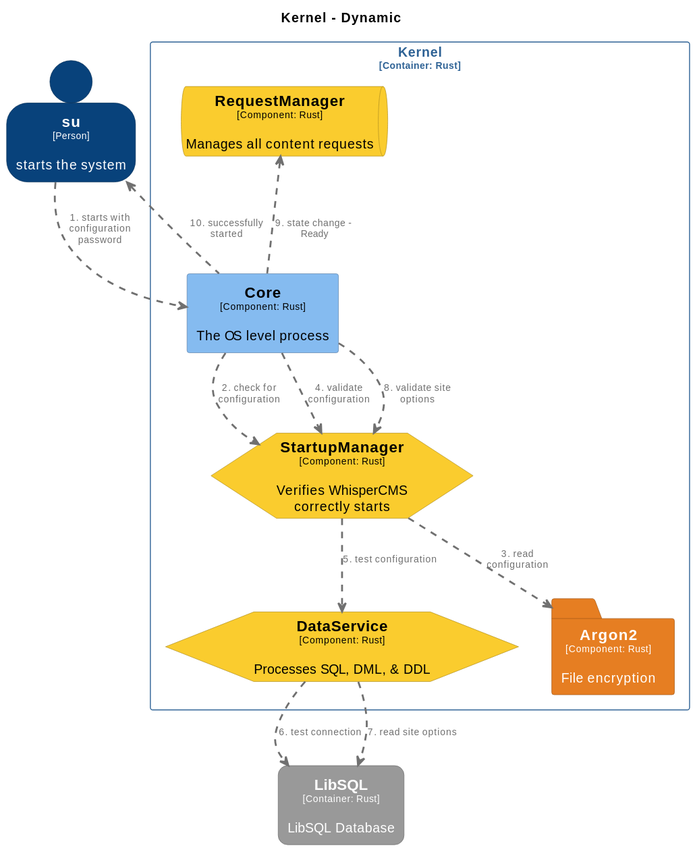
CoderByBlood/whisper-cms keeps this PlantUML diagram as docs/diagrams/structurizr-WhisperCMS-Startup-Sequence.svg. Above is the earlier version.
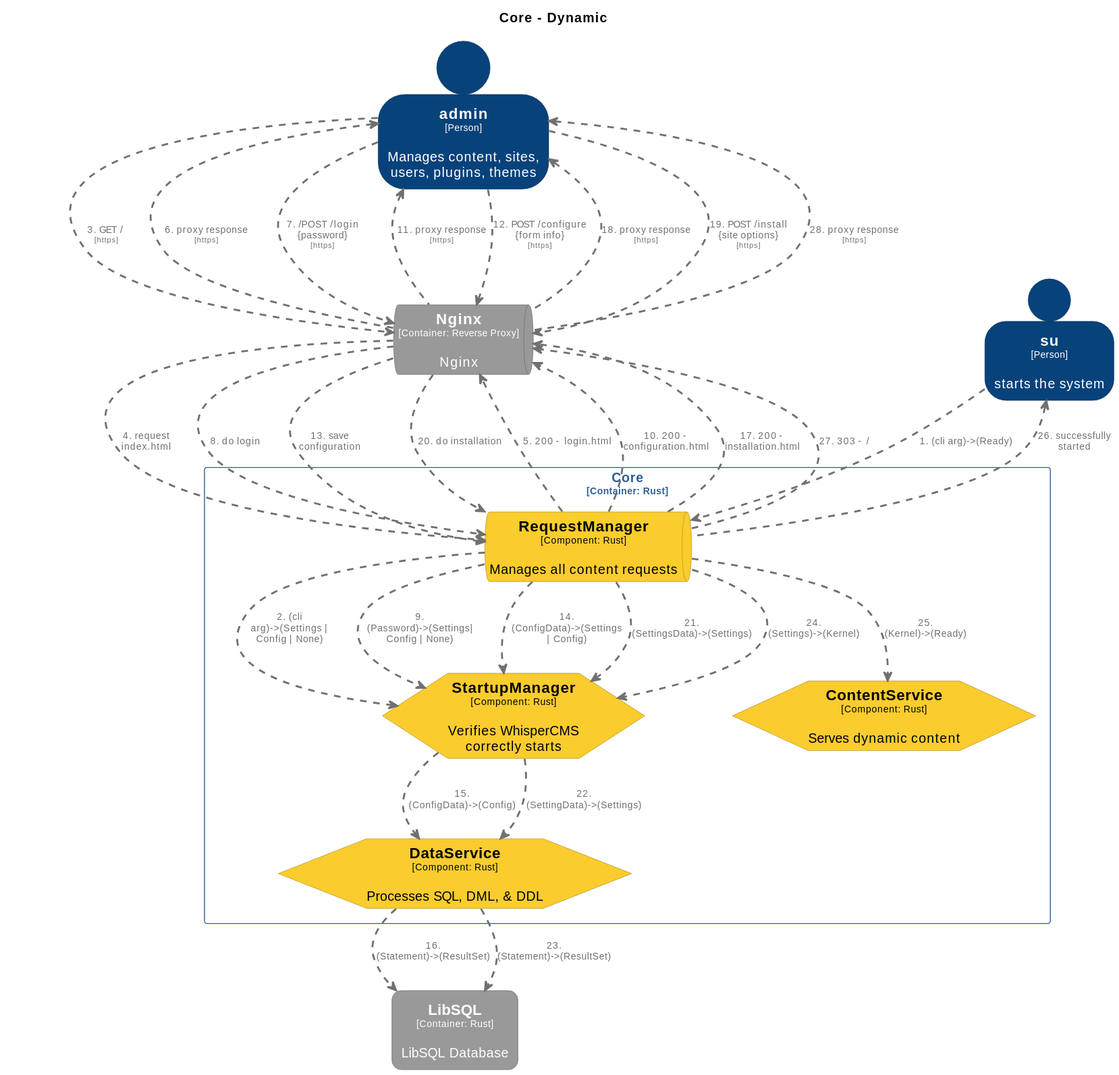
After the change.

What changed in the source:
```diff
@@ -1,6 +1,6 @@
 @startuml
 set separator none
-title Kernel - Dynamic
+title Core - Dynamic
 
 top to bottom direction
 
@@ -13,19 +13,13 @@
 
 hide stereotype
 
-skinparam folder<<WhisperCMS.Kernel.Argon2>> {
-  BackgroundColor #e67e22
-  FontColor #ffffff
-  BorderColor #a15817
+skinparam hexagon<<WhisperCMS.Core.ContentService>> {
+  BackgroundColor #facc2e
+  FontColor #000000
+  BorderColor #af8e20
   shadowing false
 }
-skinparam rectangle<<WhisperCMS.Kernel.Core>> {
-  BackgroundColor #85bbf0
-  FontColor #000000
-  BorderColor #5d82a8
-  shadowing false
-}
-skinparam hexagon<<WhisperCMS.Kernel.DataService>> {
+skinparam hexagon<<WhisperCMS.Core.DataService>> {
   BackgroundColor #facc2e
   FontColor #000000
   BorderColor #af8e20
@@ -38,16 +32,28 @@
   roundCorner 20
   shadowing false
 }
-skinparam queue<<WhisperCMS.Kernel.RequestManager>> {
+skinparam queue<<WhisperCMS.Nginx>> {
+  BackgroundColor #999999
+  FontColor #ffffff
+  BorderColor #6b6b6b
+  shadowing false
+}
+skinparam queue<<WhisperCMS.Core.RequestManager>> {
   BackgroundColor #facc2e
   FontColor #000000
   BorderColor #af8e20
   shadowing false
 }
-skinparam hexagon<<WhisperCMS.Kernel.StartupManager>> {
+skinparam hexagon<<WhisperCMS.Core.StartupManager>> {
   BackgroundColor #facc2e
   FontColor #000000
   BorderColor #af8e20
+  shadowing false
+}
+skinparam person<<admin>> {
+  BackgroundColor #08427b
+  FontColor #ffffff
+  BorderColor #052e56
   shadowing false
 }
 skinparam person<<su>> {
@@ -56,31 +62,50 @@
   BorderColor #052e56
   shadowing false
 }
-skinparam rectangle<<WhisperCMS.Kernel>> {
+skinparam rectangle<<WhisperCMS.Core>> {
   BorderColor #2e6295
   FontColor #2e6295
   shadowing false
 }
 
-rectangle "Kernel\n<size:10>[Container: Rust]</size>" <<WhisperCMS.Kernel>> {
-  hexagon "==DataService\n<size:10>[Component: Rust]</size>\n\nProcesses SQL, DML, & DDL" <<WhisperCMS.Kernel.DataService>> as WhisperCMS.Kernel.DataService
-  hexagon "==StartupManager\n<size:10>[Component: Rust]</size>\n\nVerifies WhisperCMS correctly starts" <<WhisperCMS.Kernel.StartupManager>> as WhisperCMS.Kernel.StartupManager
-  queue "==RequestManager\n<size:10>[Component: Rust]</size>\n\nManages all content requests" <<WhisperCMS.Kernel.RequestManager>> as WhisperCMS.Kernel.RequestManager
-  folder "==Argon2\n<size:10>[Component: Rust]</size>\n\nFile encryption" <<WhisperCMS.Kernel.Argon2>> as WhisperCMS.Kernel.Argon2
-  rectangle "==Core\n<size:10>[Component: Rust]</size>\n\nThe OS level process" <<WhisperCMS.Kernel.Core>> as WhisperCMS.Kernel.Core
+rectangle "Core\n<size:10>[Container: Rust]</size>" <<WhisperCMS.Core>> {
+  hexagon "==StartupManager\n<size:10>[Component: Rust]</size>\n\nVerifies WhisperCMS correctly starts" <<WhisperCMS.Core.StartupManager>> as WhisperCMS.Core.StartupManager
+  queue "==RequestManager\n<size:10>[Component: Rust]</size>\n\nManages all content requests" <<WhisperCMS.Core.RequestManager>> as WhisperCMS.Core.RequestManager
+  hexagon "==ContentService\n<size:10>[Component: Rust]</size>\n\nServes dynamic content" <<WhisperCMS.Core.ContentService>> as WhisperCMS.Core.ContentService
+  hexagon "==DataService\n<size:10>[Component: Rust]</size>\n\nProcesses SQL, DML, & DDL" <<WhisperCMS.Core.DataService>> as WhisperCMS.Core.DataService
 }
 
+person "==admin\n<size:10>[Person]</size>\n\nManages content, sites, users, plugins, themes" <<admin>> as admin
 person "==su\n<size:10>[Person]</size>\n\nstarts the system" <<su>> as su
+queue "==Nginx\n<size:10>[Container: Reverse Proxy]</size>\n\nNginx" <<WhisperCMS.Nginx>> as WhisperCMS.Nginx
 rectangle "==LibSQL\n<size:10>[Container: Rust]</size>\n\nLibSQL Database" <<WhisperCMS.LibSQL>> as WhisperCMS.LibSQL
 
-su .[#707070,thickness=2].> WhisperCMS.Kernel.Core : "<color:#707070>1. starts with configuration password"
-WhisperCMS.Kernel.Core .[#707070,thickness=2].> WhisperCMS.Kernel.StartupManager : "<color:#707070>2. check for configuration"
-WhisperCMS.Kernel.StartupManager .[#707070,thickness=2].> WhisperCMS.Kernel.Argon2 : "<color:#707070>3. read configuration"
-WhisperCMS.Kernel.Core .[#707070,thickness=2].> WhisperCMS.Kernel.StartupManager : "<color:#707070>4. validate configuration"
-WhisperCMS.Kernel.StartupManager .[#707070,thickness=2].> WhisperCMS.Kernel.DataService : "<color:#707070>5. test configuration"
-WhisperCMS.Kernel.DataService .[#707070,thickness=2].> WhisperCMS.LibSQL : "<color:#707070>6. test connection"
-WhisperCMS.Kernel.DataService .[#707070,thickness=2].> WhisperCMS.LibSQL : "<color:#707070>7. read site options"
-WhisperCMS.Kernel.Core .[#707070,thickness=2].> WhisperCMS.Kernel.StartupManager : "<color:#707070>8. validate site options"
-WhisperCMS.Kernel.RequestManager <.[#707070,thickness=2]. WhisperCMS.Kernel.Core : "<color:#707070>9. state change - Ready"
-su <.[#707070,thickness=2]. WhisperCMS.Kernel.Core : "<color:#707070>10. successfully started"
+su .[#707070,thickness=2].> WhisperCMS.Core.RequestManager : "<color:#707070>1. (cli arg)->(Ready)"
+WhisperCMS.Core.RequestManager .[#707070,thickness=2].> WhisperCMS.Core.StartupManager : "<color:#707070>2. (cli arg)->(Settings | Config | None)"
+admin .[#707070,thickness=2].> WhisperCMS.Nginx : "<color:#707070>3. GET /\n<color:#707070><size:8>[https]</size>"
+WhisperCMS.Nginx .[#707070,thickness=2].> WhisperCMS.Core.RequestManager : "<color:#707070>4. request index.html"
+WhisperCMS.Core.RequestManager .[#707070,thickness=2].> WhisperCMS.Nginx : "<color:#707070>5. 200 - login.html"
+admin <.[#707070,thickness=2]. WhisperCMS.Nginx : "<color:#707070>6. proxy response\n<color:#707070><size:8>[https]</size>"
+admin .[#707070,thickness=2].> WhisperCMS.Nginx : "<color:#707070>7. /POST /login {password}\n<color:#707070><size:8>[https]</size>"
+WhisperCMS.Nginx .[#707070,thickness=2].> WhisperCMS.Core.RequestManager : "<color:#707070>8. do login"
+WhisperCMS.Core.RequestManager .[#707070,thickness=2].> WhisperCMS.Core.StartupManager : "<color:#707070>9. (Password)->(Settings| Config | None)"
+WhisperCMS.Core.RequestManager .[#707070,thickness=2].> WhisperCMS.Nginx : "<color:#707070>10. 200 - configuration.html"
+admin <.[#707070,thickness=2]. WhisperCMS.Nginx : "<color:#707070>11. proxy response\n<color:#707070><size:8>[https]</size>"
+admin .[#707070,thickness=2].> WhisperCMS.Nginx : "<color:#707070>12. POST /configure {form info}\n<color:#707070><size:8>[https]</size>"
+WhisperCMS.Nginx .[#707070,thickness=2].> WhisperCMS.Core.RequestManager : "<color:#707070>13. save configuration"
+WhisperCMS.Core.RequestManager .[#707070,thickness=2].> WhisperCMS.Core.StartupManager : "<color:#707070>14. (ConfigData)->(Settings | Config)"
+WhisperCMS.Core.StartupManager .[#707070,thickness=2].> WhisperCMS.Core.DataService : "<color:#707070>15. (ConfigData)->(Config)"
+WhisperCMS.Core.DataService .[#707070,thickness=2].> WhisperCMS.LibSQL : "<color:#707070>16. (Statement)->(ResultSet)"
+WhisperCMS.Core.RequestManager .[#707070,thickness=2].> WhisperCMS.Nginx : "<color:#707070>17. 200 - installation.html"
+admin <.[#707070,thickness=2]. WhisperCMS.Nginx : "<color:#707070>18. proxy response\n<color:#707070><size:8>[https]</size>"
+admin .[#707070,thickness=2].> WhisperCMS.Nginx : "<color:#707070>19. POST /install {site options}\n<color:#707070><size:8>[https]</size>"
+WhisperCMS.Nginx .[#707070,thickness=2].> WhisperCMS.Core.RequestManager : "<color:#707070>20. do installation"
+WhisperCMS.Core.RequestManager .[#707070,thickness=2].> WhisperCMS.Core.StartupManager : "<color:#707070>21. (SettingsData)->(Settings)"
+WhisperCMS.Core.StartupManager .[#707070,thickness=2].> WhisperCMS.Core.DataService : "<color:#707070>22. (SettingData)->(Settings)"
+WhisperCMS.Core.DataService .[#707070,thickness=2].> WhisperCMS.LibSQL : "<color:#707070>23. (Statement)->(ResultSet)"
+WhisperCMS.Core.RequestManager .[#707070,thickness=2].> WhisperCMS.Core.StartupManager : "<color:#707070>24. (Settings)->(Kernel)"
+WhisperCMS.Core.RequestManager .[#707070,thickness=2].> WhisperCMS.Core.ContentService : "<color:#707070>25. (Kernel)->(Ready)"
+su <.[#707070,thickness=2]. WhisperCMS.Core.RequestManager : "<color:#707070>26. successfully started"
+WhisperCMS.Core.RequestManager .[#707070,thickness=2].> WhisperCMS.Nginx : "<color:#707070>27. 303 - /"
+admin <.[#707070,thickness=2]. WhisperCMS.Nginx : "<color:#707070>28. proxy response\n<color:#707070><size:8>[https]</size>"
 @enduml
```
